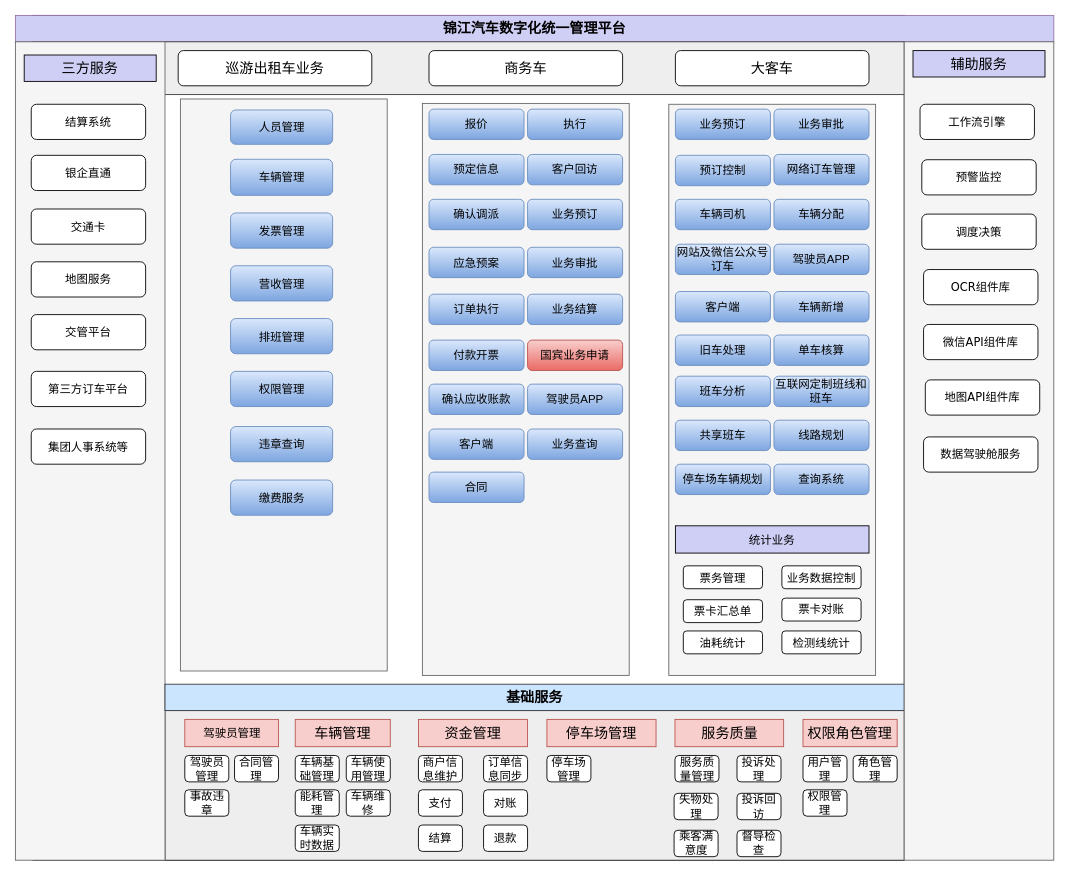
This is 微信财富公众号系统-业务架构.drawio from ammengke/my-drawio, a draw.io file, before an edit. Source tidied: cells renumbered, new cells numbered last; positions are measured from the earlier drawing's top-left corner, leaving out a move shared by most shapes. Both pictures are drawn from the tidied source at 88%, with x=0, y=0 at pixel (15, 15).
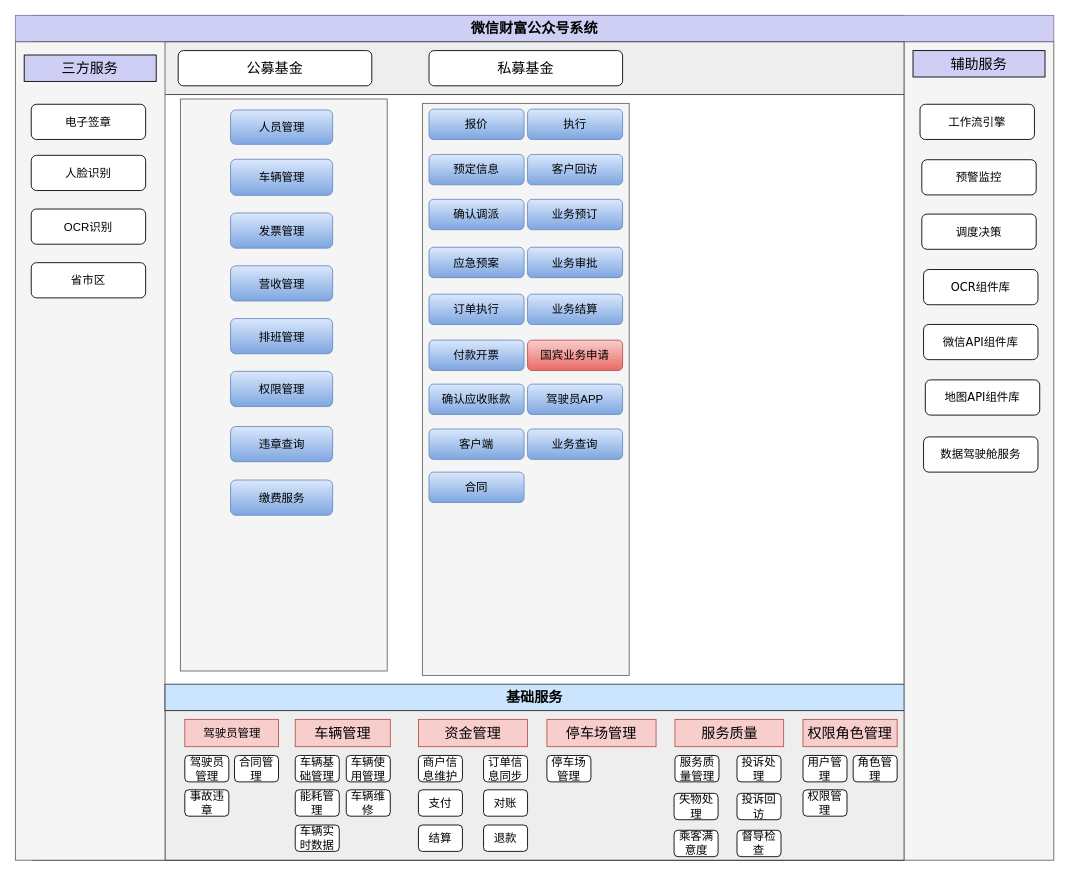
The same diagram, later.

Commit message (it also covers changes not shown here):
更新微信财富公众号系统-业务架构.drawio

What changed in the source:
```diff
@@
-    <mxCell id="3" value="锦江汽车数字化统一管理平台" style="rounded=0;whiteSpace=wrap;html=1;fillColor=#CFCEF5;strokeColor=#9673a6;fontStyle=1;fontSize=16;" parent="1" vertex="1">
+    <mxCell id="3" value="微信财富公众号系统" style="rounded=0;whiteSpace=wrap;html=1;fillColor=#CFCEF5;strokeColor=#9673a6;fontStyle=1;fontSize=16;" parent="1" vertex="1">
       <mxGeometry width="1180" height="30" as="geometry" />
     </mxCell>
@@
-    <mxCell id="5" value="巡游出租车业务" style="rounded=1;whiteSpace=wrap;html=1;fontSize=16;" parent="1" vertex="1">
+    <mxCell id="5" value="公募基金" style="rounded=1;whiteSpace=wrap;html=1;fontSize=16;" parent="1" vertex="1">
       <mxGeometry x="185" y="40" width="220" height="40" as="geometry" />
     </mxCell>
-    <mxCell id="6" value="商务车" style="rounded=1;whiteSpace=wrap;html=1;fontSize=16;" parent="1" vertex="1">
+    <mxCell id="6" value="私募基金" style="rounded=1;whiteSpace=wrap;html=1;fontSize=16;" parent="1" vertex="1">
       <mxGeometry x="470" y="40" width="220" height="40" as="geometry" />
     </mxCell>
-    <mxCell id="7" value="大客车" style="rounded=1;whiteSpace=wrap;html=1;fontSize=16;" parent="1" vertex="1">
-      <mxGeometry x="750" y="40" width="220" height="40" as="geometry" />
-    </mxCell>
@@
-    <mxCell id="11" value="结算系统" style="rounded=1;whiteSpace=wrap;html=1;fontSize=13;" parent="1" vertex="1">
+    <mxCell id="11" value="电子签章" style="rounded=1;whiteSpace=wrap;html=1;fontSize=13;" parent="1" vertex="1">
       <mxGeometry x="18" y="101" width="130" height="40" as="geometry" />
     </mxCell>
-    <mxCell id="12" value="银企直通" style="rounded=1;whiteSpace=wrap;html=1;fontSize=13;" parent="1" vertex="1">
+    <mxCell id="12" value="人脸识别" style="rounded=1;whiteSpace=wrap;html=1;fontSize=13;" parent="1" vertex="1">
       <mxGeometry x="18" y="159" width="130" height="40" as="geometry" />
     </mxCell>
-    <mxCell id="13" value="交通卡" style="rounded=1;whiteSpace=wrap;html=1;fontSize=13;" parent="1" vertex="1">
+    <mxCell id="13" value="OCR识别" style="rounded=1;whiteSpace=wrap;html=1;fontSize=13;" parent="1" vertex="1">
       <mxGeometry x="18" y="220" width="130" height="40" as="geometry" />
     </mxCell>
-    <mxCell id="14" value="地图服务" style="rounded=1;whiteSpace=wrap;html=1;fontSize=13;" parent="1" vertex="1">
-      <mxGeometry x="18" y="280" width="130" height="40" as="geometry" />
-    </mxCell>
-    <mxCell id="15" value="交管平台" style="rounded=1;whiteSpace=wrap;html=1;fontSize=13;" parent="1" vertex="1">
-      <mxGeometry x="18" y="340" width="130" height="40" as="geometry" />
-    </mxCell>
@@
-    <mxCell id="23" value="第三方订车平台" style="rounded=1;whiteSpace=wrap;html=1;fontSize=13;" parent="1" vertex="1">
-      <mxGeometry x="18" y="404.5" width="130" height="40" as="geometry" />
-    </mxCell>
@@
-    <mxCell id="41" style="rounded=0;whiteSpace=wrap;html=1;fontSize=13;fillColor=#f5f5f5;strokeColor=#666666;fontColor=#333333;" parent="1" vertex="1">
-      <mxGeometry x="742.5" y="101" width="235" height="649" as="geometry" />
-    </mxCell>
-    <mxCell id="42" value="业务预订" style="rounded=1;whiteSpace=wrap;html=1;fontSize=13;fillColor=#dae8fc;strokeColor=#6c8ebf;gradientColor=#7ea6e0;" parent="1" vertex="1">
-      <mxGeometry x="750" y="106.5" width="108" height="34.5" as="geometry" />
-    </mxCell>
-    <mxCell id="43" value="业务审批" style="rounded=1;whiteSpace=wrap;html=1;fontSize=13;fillColor=#dae8fc;strokeColor=#6c8ebf;gradientColor=#7ea6e0;" parent="1" vertex="1">
-      <mxGeometry x="862" y="106.5" width="108" height="34.5" as="geometry" />
-    </mxCell>
-    <mxCell id="44" value="预订控制" style="rounded=1;whiteSpace=wrap;html=1;fontSize=13;fillColor=#dae8fc;strokeColor=#6c8ebf;gradientColor=#7ea6e0;" parent="1" vertex="1">
-      <mxGeometry x="750" y="159" width="108" height="34.5" as="geometry" />
-    </mxCell>
-    <mxCell id="45" value="网络订车管理" style="rounded=1;whiteSpace=wrap;html=1;fontSize=13;fillColor=#dae8fc;strokeColor=#6c8ebf;gradientColor=#7ea6e0;" parent="1" vertex="1">
-      <mxGeometry x="862" y="158" width="108" height="34.5" as="geometry" />
-    </mxCell>
-    <mxCell id="46" value="车辆司机" style="rounded=1;whiteSpace=wrap;html=1;fontSize=13;fillColor=#dae8fc;strokeColor=#6c8ebf;gradientColor=#7ea6e0;" parent="1" vertex="1">
-      <mxGeometry x="750" y="209" width="108" height="34.5" as="geometry" />
-    </mxCell>
-    <mxCell id="47" value="车辆分配" style="rounded=1;whiteSpace=wrap;html=1;fontSize=13;fillColor=#dae8fc;strokeColor=#6c8ebf;gradientColor=#7ea6e0;" parent="1" vertex="1">
-      <mxGeometry x="862" y="209" width="108" height="34.5" as="geometry" />
-    </mxCell>
-    <mxCell id="48" value="网站及微信公众号订车" style="rounded=1;whiteSpace=wrap;html=1;fontSize=13;fillColor=#dae8fc;strokeColor=#6c8ebf;gradientColor=#7ea6e0;" parent="1" vertex="1">
-      <mxGeometry x="750" y="260" width="108" height="34.5" as="geometry" />
-    </mxCell>
-    <mxCell id="49" value="驾驶员APP" style="rounded=1;whiteSpace=wrap;html=1;fontSize=13;fillColor=#dae8fc;strokeColor=#6c8ebf;gradientColor=#7ea6e0;" parent="1" vertex="1">
-      <mxGeometry x="862" y="260" width="108" height="34.5" as="geometry" />
-    </mxCell>
@@
-    <mxCell id="51" value="客户端" style="rounded=1;whiteSpace=wrap;html=1;fontSize=13;fillColor=#dae8fc;strokeColor=#6c8ebf;gradientColor=#7ea6e0;" parent="1" vertex="1">
-      <mxGeometry x="750" y="313.8" width="108" height="34.5" as="geometry" />
-    </mxCell>
-    <mxCell id="52" value="统计业务" style="rounded=0;whiteSpace=wrap;html=1;fontSize=13;fillColor=#CFCEF5;" parent="1" vertex="1">
-      <mxGeometry x="750" y="580" width="220" height="31" as="geometry" />
-    </mxCell>
-    <mxCell id="53" value="票务管理" style="rounded=1;whiteSpace=wrap;html=1;fontSize=13;" parent="1" vertex="1">
-      <mxGeometry x="759" y="625.5" width="90" height="26" as="geometry" />
-    </mxCell>
-    <mxCell id="54" value="业务数据控制" style="rounded=1;whiteSpace=wrap;html=1;fontSize=13;" parent="1" vertex="1">
-      <mxGeometry x="871" y="625.5" width="90" height="26" as="geometry" />
-    </mxCell>
-    <mxCell id="55" value="票卡汇总单" style="rounded=1;whiteSpace=wrap;html=1;fontSize=13;" parent="1" vertex="1">
-      <mxGeometry x="759" y="664" width="90" height="26" as="geometry" />
-    </mxCell>
-    <mxCell id="56" value="票卡对账" style="rounded=1;whiteSpace=wrap;html=1;fontSize=13;" parent="1" vertex="1">
-      <mxGeometry x="871" y="662.2" width="90" height="26" as="geometry" />
-    </mxCell>
-    <mxCell id="57" value="油耗统计" style="rounded=1;whiteSpace=wrap;html=1;fontSize=13;" parent="1" vertex="1">
-      <mxGeometry x="759" y="699.5" width="90" height="26" as="geometry" />
-    </mxCell>
-    <mxCell id="58" value="检测线统计" style="rounded=1;whiteSpace=wrap;html=1;fontSize=13;" parent="1" vertex="1">
-      <mxGeometry x="871" y="699.5" width="90" height="26" as="geometry" />
-    </mxCell>
-    <mxCell id="59" value="车辆新增" style="rounded=1;whiteSpace=wrap;html=1;fontSize=13;fillColor=#dae8fc;strokeColor=#6c8ebf;gradientColor=#7ea6e0;" parent="1" vertex="1">
-      <mxGeometry x="862" y="313.8" width="108" height="34.5" as="geometry" />
-    </mxCell>
-    <mxCell id="60" value="旧车处理" style="rounded=1;whiteSpace=wrap;html=1;fontSize=13;fillColor=#dae8fc;strokeColor=#6c8ebf;gradientColor=#7ea6e0;" parent="1" vertex="1">
-      <mxGeometry x="750" y="363.2" width="108" height="34.5" as="geometry" />
-    </mxCell>
-    <mxCell id="61" value="单车核算" style="rounded=1;whiteSpace=wrap;html=1;fontSize=13;fillColor=#dae8fc;strokeColor=#6c8ebf;gradientColor=#7ea6e0;" parent="1" vertex="1">
-      <mxGeometry x="862" y="363.2" width="108" height="34.5" as="geometry" />
-    </mxCell>
-    <mxCell id="62" value="班车分析" style="rounded=1;whiteSpace=wrap;html=1;fontSize=13;fillColor=#dae8fc;strokeColor=#6c8ebf;gradientColor=#7ea6e0;" parent="1" vertex="1">
-      <mxGeometry x="750" y="410" width="108" height="34.5" as="geometry" />
-    </mxCell>
-    <mxCell id="63" value="互联网定制班线和班车" style="rounded=1;whiteSpace=wrap;html=1;fontSize=13;fillColor=#dae8fc;strokeColor=#6c8ebf;gradientColor=#7ea6e0;" parent="1" vertex="1">
-      <mxGeometry x="862" y="410" width="108" height="34.5" as="geometry" />
-    </mxCell>
-    <mxCell id="64" value="共享班车" style="rounded=1;whiteSpace=wrap;html=1;fontSize=13;fillColor=#dae8fc;strokeColor=#6c8ebf;gradientColor=#7ea6e0;" parent="1" vertex="1">
-      <mxGeometry x="750" y="460" width="108" height="34.5" as="geometry" />
-    </mxCell>
-    <mxCell id="65" value="线路规划" style="rounded=1;whiteSpace=wrap;html=1;fontSize=13;fillColor=#dae8fc;strokeColor=#6c8ebf;gradientColor=#7ea6e0;" parent="1" vertex="1">
-      <mxGeometry x="862" y="460" width="108" height="34.5" as="geometry" />
-    </mxCell>
@@
-    <mxCell id="67" value="停车场车辆规划" style="rounded=1;whiteSpace=wrap;html=1;fontSize=13;fillColor=#dae8fc;strokeColor=#6c8ebf;gradientColor=#7ea6e0;" parent="1" vertex="1">
-      <mxGeometry x="750" y="510" width="108" height="34.5" as="geometry" />
-    </mxCell>
-    <mxCell id="68" value="查询系统" style="rounded=1;whiteSpace=wrap;html=1;fontSize=13;fillColor=#dae8fc;strokeColor=#6c8ebf;gradientColor=#7ea6e0;" parent="1" vertex="1">
-      <mxGeometry x="862" y="510" width="108" height="34.5" as="geometry" />
-    </mxCell>
@@
-    <mxCell id="99" value="集团人事系统等" style="rounded=1;whiteSpace=wrap;html=1;fontSize=13;" parent="1" vertex="1">
-      <mxGeometry x="18" y="470" width="130" height="40" as="geometry" />
-    </mxCell>
@@
+    <mxCell id="111" value="省市区" style="rounded=1;whiteSpace=wrap;html=1;fontSize=13;" parent="1" vertex="1">
+      <mxGeometry x="18" y="281" width="130" height="40" as="geometry" />
+    </mxCell>
```
